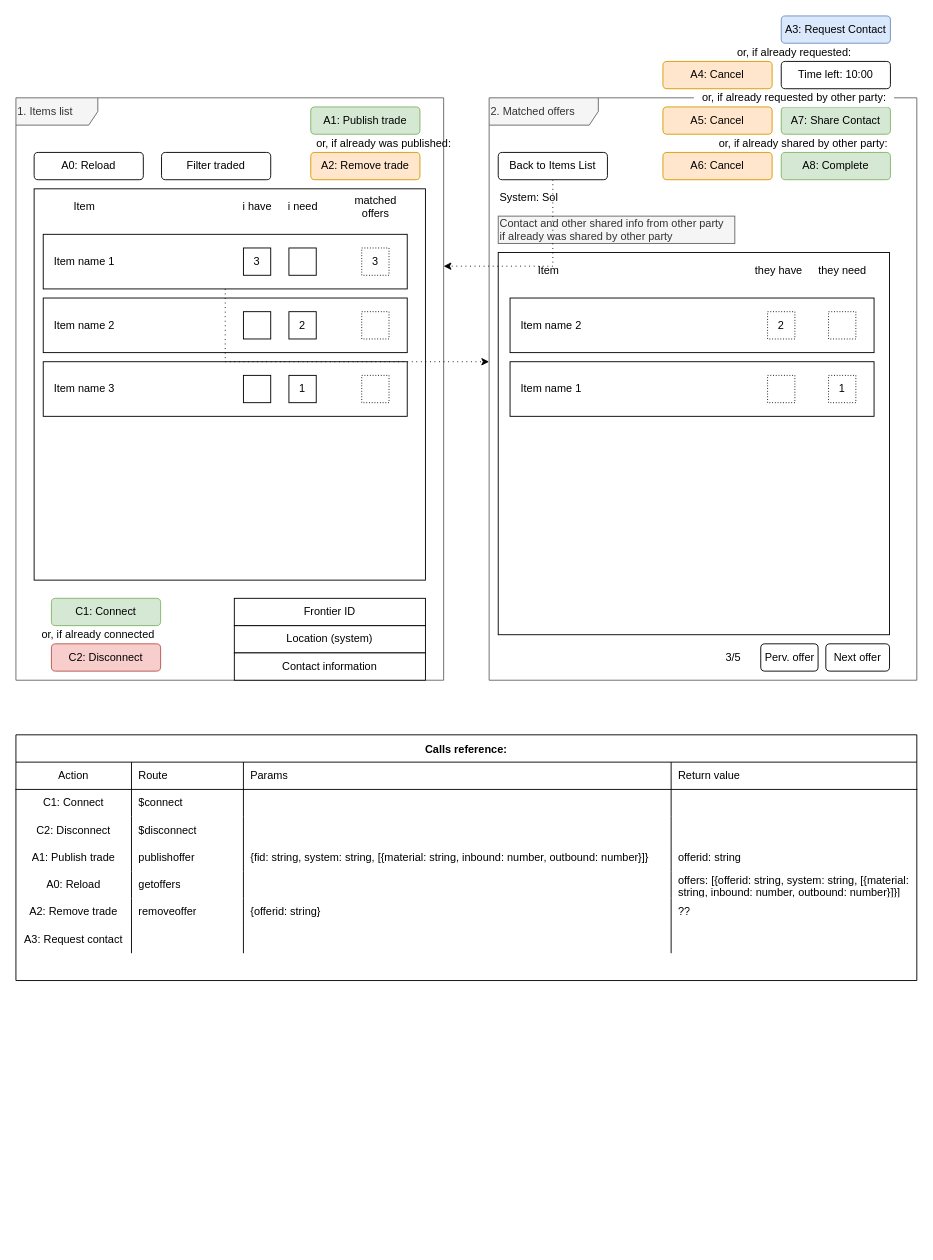
Above: page "Reference UI" (5 of 5) of specs/Overview.drawio in cptn-solo/edmarketplace (draw.io), before the change. Source tidied: cells renumbered, new cells numbered last; positions are measured from the earlier drawing's top-left corner, leaving out a move shared by most shapes. Both pictures are drawn from the tidied source at 91%, with x=0, y=0 at pixel (15, 15).
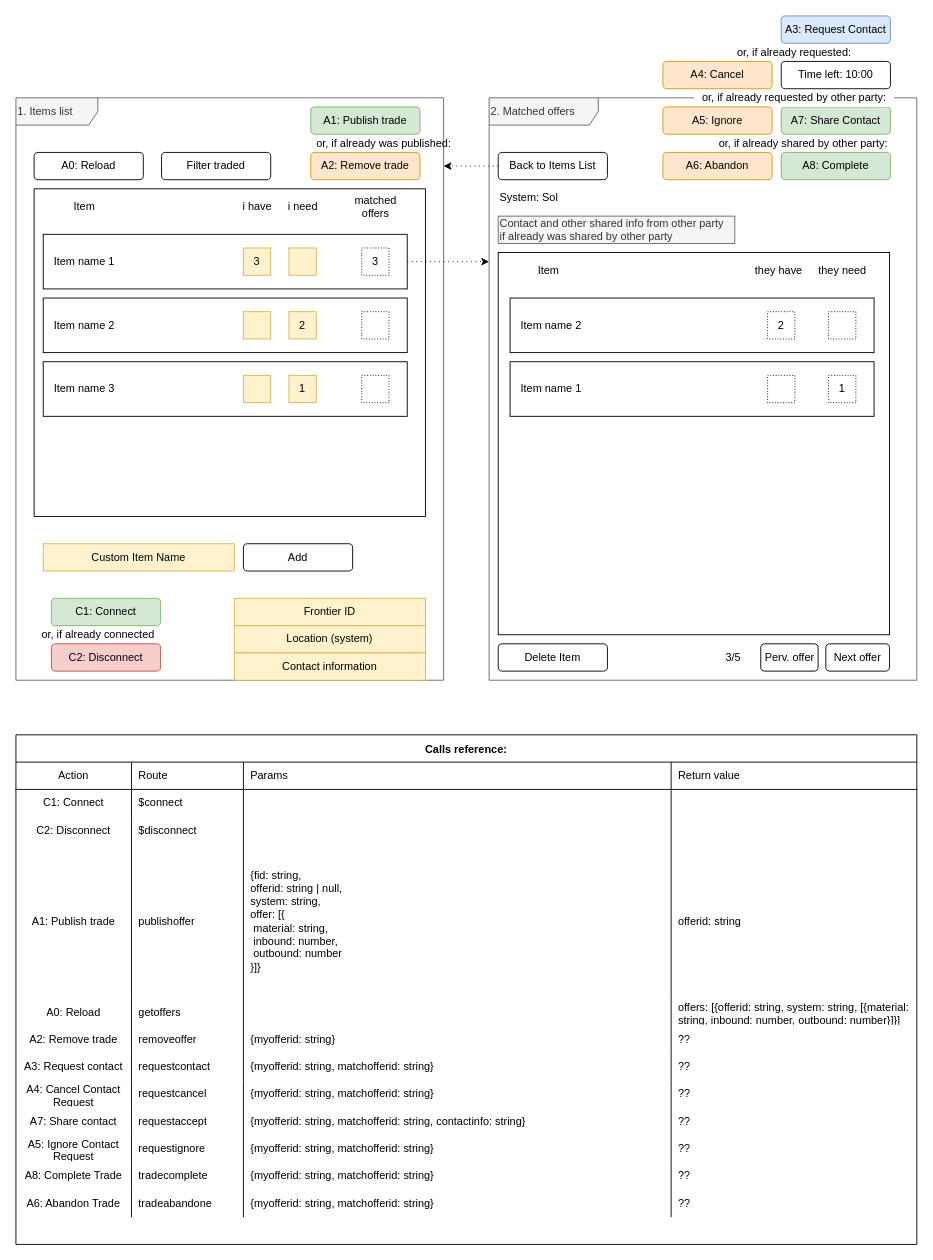
The same page after the edit.

Commit message:
Calls reference draft

The change refers to these unchanged cells:
```xml
<mxCell id="2" value="2. Matched offers" style="shape=umlFrame;whiteSpace=wrap;html=1;align=left;verticalAlign=middle;width=120;height=30;fillColor=#f5f5f5;strokeColor=#666666;fontColor=#333333;" parent="1" vertex="1">
  <mxGeometry x="520" y="90" width="470" height="640" as="geometry" />
</mxCell>
<mxCell id="3" value="1. Items list" style="shape=umlFrame;whiteSpace=wrap;html=1;align=left;verticalAlign=middle;width=90;height=30;fillColor=#f5f5f5;strokeColor=#666666;fontColor=#333333;" parent="1" vertex="1">
  <mxGeometry y="90" width="470" height="640" as="geometry" />
</mxCell>
<mxCell id="5" style="rounded=0;whiteSpace=wrap;html=1;" parent="1" vertex="1">
  <mxGeometry x="30" y="240" width="400" height="60" as="geometry" />
</mxCell>
<mxCell id="57" value="Back to Items List" style="rounded=1;whiteSpace=wrap;html=1;align=center;" parent="1" vertex="1">
  <mxGeometry x="530" y="150" width="120" height="30" as="geometry" />
</mxCell>
```

The edit, as a diff of the source:
```diff
@@
     <mxCell id="4" style="whiteSpace=wrap;html=1;align=left;" parent="1" vertex="1">
-      <mxGeometry x="20" y="190" width="430" height="430" as="geometry" />
+      <mxGeometry x="20" y="190" width="430" height="360" as="geometry" />
     </mxCell>
@@
-    <mxCell id="7" value="3" style="rounded=0;whiteSpace=wrap;html=1;" parent="1" vertex="1">
+    <mxCell id="7" value="3" style="rounded=0;whiteSpace=wrap;html=1;fillColor=#fff2cc;strokeColor=#d6b656;" parent="1" vertex="1">
       <mxGeometry x="250" y="255" width="30" height="30" as="geometry" />
     </mxCell>
-    <mxCell id="8" style="rounded=0;whiteSpace=wrap;html=1;" parent="1" vertex="1">
+    <mxCell id="8" style="rounded=0;whiteSpace=wrap;html=1;fillColor=#fff2cc;strokeColor=#d6b656;" parent="1" vertex="1">
       <mxGeometry x="300" y="255" width="30" height="30" as="geometry" />
     </mxCell>
@@
-    <mxCell id="13" style="rounded=0;whiteSpace=wrap;html=1;" parent="1" vertex="1">
+    <mxCell id="13" style="rounded=0;whiteSpace=wrap;html=1;fillColor=#fff2cc;strokeColor=#d6b656;" parent="1" vertex="1">
       <mxGeometry x="250" y="325" width="30" height="30" as="geometry" />
     </mxCell>
-    <mxCell id="14" value="2" style="rounded=0;whiteSpace=wrap;html=1;" parent="1" vertex="1">
+    <mxCell id="14" value="2" style="rounded=0;whiteSpace=wrap;html=1;fillColor=#fff2cc;strokeColor=#d6b656;" parent="1" vertex="1">
       <mxGeometry x="300" y="325" width="30" height="30" as="geometry" />
     </mxCell>
@@
-    <mxCell id="17" style="rounded=0;whiteSpace=wrap;html=1;" parent="1" vertex="1">
+    <mxCell id="17" style="rounded=0;whiteSpace=wrap;html=1;fillColor=#fff2cc;strokeColor=#d6b656;" parent="1" vertex="1">
       <mxGeometry x="250" y="395" width="30" height="30" as="geometry" />
     </mxCell>
-    <mxCell id="18" value="1" style="rounded=0;whiteSpace=wrap;html=1;" parent="1" vertex="1">
+    <mxCell id="18" value="1" style="rounded=0;whiteSpace=wrap;html=1;fillColor=#fff2cc;strokeColor=#d6b656;" parent="1" vertex="1">
       <mxGeometry x="300" y="395" width="30" height="30" as="geometry" />
     </mxCell>
@@
-    <mxCell id="46" value="A6: Cancel" style="rounded=1;whiteSpace=wrap;html=1;align=center;fillColor=#ffe6cc;strokeColor=#d79b00;" parent="1" vertex="1">
+    <mxCell id="46" value="A6: Abandon" style="rounded=1;whiteSpace=wrap;html=1;align=center;fillColor=#ffe6cc;strokeColor=#d79b00;" parent="1" vertex="1">
       <mxGeometry x="711" y="150" width="120" height="30" as="geometry" />
     </mxCell>
@@
-    <mxCell id="50" value="A5: Cancel" style="rounded=1;whiteSpace=wrap;html=1;align=center;fillColor=#ffe6cc;strokeColor=#d79b00;" parent="1" vertex="1">
+    <mxCell id="50" value="A5: Ignore" style="rounded=1;whiteSpace=wrap;html=1;align=center;fillColor=#ffe6cc;strokeColor=#d79b00;" parent="1" vertex="1">
       <mxGeometry x="711" y="100" width="120" height="30" as="geometry" />
     </mxCell>
@@
     <mxCell id="56" style="edgeStyle=orthogonalEdgeStyle;rounded=0;jettySize=auto;html=1;startArrow=none;startFill=0;verticalAlign=bottom;dashed=1;dashPattern=1 4;" parent="1" edge="1" source="57" target="3">
       <mxGeometry relative="1" as="geometry">
         <Array as="points">
-          <mxPoint x="490" y="275" />
-          <mxPoint x="490" y="275" />
+          <mxPoint x="500" y="165" />
+          <mxPoint x="500" y="165" />
         </Array>
       </mxGeometry>
     </mxCell>
@@
     <mxCell id="59" style="edgeStyle=orthogonalEdgeStyle;rounded=0;jettySize=auto;html=1;jumpStyle=arc;dashed=1;dashPattern=1 4;" parent="1" edge="1" source="5" target="2">
       <mxGeometry relative="1" as="geometry">
         <Array as="points">
-          <mxPoint x="500" y="380" />
-          <mxPoint x="500" y="380" />
+          <mxPoint x="480" y="270" />
+          <mxPoint x="480" y="270" />
         </Array>
       </mxGeometry>
     </mxCell>
@@
-    <mxCell id="62" value="Location (system)" style="rounded=0;whiteSpace=wrap;html=1;" parent="1" vertex="1">
+    <mxCell id="62" value="Location (system)" style="rounded=0;whiteSpace=wrap;html=1;fillColor=#fff2cc;strokeColor=#d6b656;" parent="1" vertex="1">
       <mxGeometry x="240" y="670" width="210" height="30" as="geometry" />
     </mxCell>
-    <mxCell id="63" value="Contact information" style="rounded=0;whiteSpace=wrap;html=1;" parent="1" vertex="1">
+    <mxCell id="63" value="Contact information" style="rounded=0;whiteSpace=wrap;html=1;fillColor=#fff2cc;strokeColor=#d6b656;" parent="1" vertex="1">
       <mxGeometry x="240" y="700" width="210" height="30" as="geometry" />
     </mxCell>
     <mxCell id="64" value="Calls reference:" style="shape=table;startSize=30;childLayout=tableLayout;rowLines=0;fontStyle=1;align=center;fillColor=#ffffff;" parent="1" vertex="1">
-      <mxGeometry y="790" width="990" height="270" as="geometry" />
+      <mxGeometry y="790" width="990" height="560" as="geometry" />
     </mxCell>
@@
     <mxCell id="80" style="shape=partialRectangle;html=1;whiteSpace=wrap;fillColor=none;top=0;left=0;bottom=0;right=0;" parent="64" vertex="1">
-      <mxGeometry y="120" width="990" height="30" as="geometry" />
+      <mxGeometry y="120" width="990" height="170" as="geometry" />
     </mxCell>
     <mxCell id="81" value="A1: Publish trade" style="shape=partialRectangle;html=1;whiteSpace=wrap;fillColor=none;top=0;left=0;bottom=0;right=0;overflow=hidden;" parent="80" vertex="1">
-      <mxGeometry width="127" height="30" as="geometry" />
+      <mxGeometry width="127" height="170" as="geometry" />
     </mxCell>
     <mxCell id="82" value="publishoffer" style="shape=partialRectangle;html=1;whiteSpace=wrap;fillColor=none;top=0;left=0;bottom=0;right=0;align=left;spacingLeft=6;overflow=hidden;" parent="80" vertex="1">
-      <mxGeometry x="127" width="123" height="30" as="geometry" />
+      <mxGeometry x="127" width="123" height="170" as="geometry" />
     </mxCell>
-    <mxCell id="83" value="&lt;span&gt;{fid: string, system: string, [{material: string, inbound: number, outbound: number}]}&lt;/span&gt;" style="shape=partialRectangle;html=1;whiteSpace=wrap;fillColor=none;top=0;left=0;bottom=0;right=0;align=left;spacingLeft=6;overflow=hidden;" parent="80" vertex="1">
-      <mxGeometry x="250" width="470" height="30" as="geometry" />
+    <mxCell id="83" value="&lt;span&gt;{fid: string,&lt;br&gt;offerid: string | null,&lt;br&gt;system: string,&lt;br&gt;offer: [{&lt;br&gt;&lt;span style=&quot;white-space: pre&quot;&gt; &lt;/span&gt;material: string,&lt;br&gt;&lt;span style=&quot;white-space: pre&quot;&gt; &lt;/span&gt;inbound: number,&lt;br&gt;&lt;span style=&quot;white-space: pre&quot;&gt; &lt;/span&gt;outbound: number&lt;br&gt;}]}&lt;/span&gt;" style="shape=partialRectangle;html=1;whiteSpace=wrap;fillColor=none;top=0;left=0;bottom=0;right=0;align=left;spacingLeft=6;overflow=hidden;" parent="80" vertex="1">
+      <mxGeometry x="250" width="470" height="170" as="geometry" />
     </mxCell>
     <mxCell id="84" value="&lt;span&gt;offerid: string&lt;/span&gt;" style="shape=partialRectangle;html=1;whiteSpace=wrap;fillColor=none;top=0;left=0;bottom=0;right=0;align=left;spacingLeft=6;overflow=hidden;" parent="80" vertex="1">
-      <mxGeometry x="720" width="270" height="30" as="geometry" />
+      <mxGeometry x="720" width="270" height="170" as="geometry" />
     </mxCell>
     <mxCell id="85" style="shape=partialRectangle;html=1;whiteSpace=wrap;fillColor=none;top=0;left=0;bottom=0;right=0;" parent="64" vertex="1">
-      <mxGeometry y="150" width="990" height="30" as="geometry" />
+      <mxGeometry y="290" width="990" height="30" as="geometry" />
     </mxCell>
@@
     <mxCell id="90" style="shape=partialRectangle;html=1;whiteSpace=wrap;fillColor=none;top=0;left=0;bottom=0;right=0;" parent="64" vertex="1">
-      <mxGeometry y="180" width="990" height="30" as="geometry" />
+      <mxGeometry y="320" width="990" height="30" as="geometry" />
     </mxCell>
@@
-    <mxCell id="93" value="{offerid: string}" style="shape=partialRectangle;html=1;whiteSpace=wrap;fillColor=none;top=0;left=0;bottom=0;right=0;align=left;spacingLeft=6;overflow=hidden;" parent="90" vertex="1">
+    <mxCell id="93" value="{myofferid: string}" style="shape=partialRectangle;html=1;whiteSpace=wrap;fillColor=none;top=0;left=0;bottom=0;right=0;align=left;spacingLeft=6;overflow=hidden;" parent="90" vertex="1">
       <mxGeometry x="250" width="470" height="30" as="geometry" />
     </mxCell>
@@
     <mxCell id="95" style="shape=partialRectangle;html=1;whiteSpace=wrap;fillColor=none;top=0;left=0;bottom=0;right=0;" parent="64" vertex="1">
-      <mxGeometry y="210" width="990" height="30" as="geometry" />
+      <mxGeometry y="350" width="990" height="30" as="geometry" />
     </mxCell>
@@
-    <mxCell id="97" style="shape=partialRectangle;html=1;whiteSpace=wrap;fillColor=none;top=0;left=0;bottom=0;right=0;align=left;spacingLeft=6;overflow=hidden;" parent="95" vertex="1">
+    <mxCell id="97" value="requestcontact" style="shape=partialRectangle;html=1;whiteSpace=wrap;fillColor=none;top=0;left=0;bottom=0;right=0;align=left;spacingLeft=6;overflow=hidden;" parent="95" vertex="1">
       <mxGeometry x="127" width="123" height="30" as="geometry" />
     </mxCell>
-    <mxCell id="98" style="shape=partialRectangle;html=1;whiteSpace=wrap;fillColor=none;top=0;left=0;bottom=0;right=0;align=left;spacingLeft=6;overflow=hidden;" parent="95" vertex="1">
+    <mxCell id="98" value="&lt;span&gt;{myofferid: string,&lt;/span&gt;&amp;nbsp;matchofferid: string}&lt;span&gt;&lt;br&gt;&lt;/span&gt;" style="shape=partialRectangle;html=1;whiteSpace=wrap;fillColor=none;top=0;left=0;bottom=0;right=0;align=left;spacingLeft=6;overflow=hidden;" parent="95" vertex="1">
       <mxGeometry x="250" width="470" height="30" as="geometry" />
     </mxCell>
-    <mxCell id="99" style="shape=partialRectangle;html=1;whiteSpace=wrap;fillColor=none;top=0;left=0;bottom=0;right=0;align=left;spacingLeft=6;overflow=hidden;" parent="95" vertex="1">
+    <mxCell id="99" value="??" style="shape=partialRectangle;html=1;whiteSpace=wrap;fillColor=none;top=0;left=0;bottom=0;right=0;align=left;spacingLeft=6;overflow=hidden;" parent="95" vertex="1">
       <mxGeometry x="720" width="270" height="30" as="geometry" />
     </mxCell>
+    <mxCell id="101" style="shape=partialRectangle;html=1;whiteSpace=wrap;fillColor=none;top=0;left=0;bottom=0;right=0;" parent="64" vertex="1">
+      <mxGeometry y="380" width="990" height="30" as="geometry" />
+    </mxCell>
+    <mxCell id="102" value="A4: Cancel Contact Request" style="shape=partialRectangle;html=1;whiteSpace=wrap;fillColor=none;top=0;left=0;bottom=0;right=0;overflow=hidden;" parent="101" vertex="1">
+      <mxGeometry width="127" height="30" as="geometry" />
+    </mxCell>
+    <mxCell id="103" value="requestcancel" style="shape=partialRectangle;html=1;whiteSpace=wrap;fillColor=none;top=0;left=0;bottom=0;right=0;align=left;spacingLeft=6;overflow=hidden;" parent="101" vertex="1">
+      <mxGeometry x="127" width="123" height="30" as="geometry" />
+    </mxCell>
+    <mxCell id="104" value="&lt;span&gt;{myofferid: string,&lt;/span&gt;&amp;nbsp;matchofferid: string}&lt;span&gt;&lt;br&gt;&lt;/span&gt;" style="shape=partialRectangle;html=1;whiteSpace=wrap;fillColor=none;top=0;left=0;bottom=0;right=0;align=left;spacingLeft=6;overflow=hidden;" parent="101" vertex="1">
+      <mxGeometry x="250" width="470" height="30" as="geometry" />
+    </mxCell>
+    <mxCell id="105" value="??" style="shape=partialRectangle;html=1;whiteSpace=wrap;fillColor=none;top=0;left=0;bottom=0;right=0;align=left;spacingLeft=6;overflow=hidden;" parent="101" vertex="1">
+      <mxGeometry x="720" width="270" height="30" as="geometry" />
+    </mxCell>
+    <mxCell id="106" style="shape=partialRectangle;html=1;whiteSpace=wrap;fillColor=none;top=0;left=0;bottom=0;right=0;" parent="64" vertex="1">
+      <mxGeometry y="410" width="990" height="30" as="geometry" />
+    </mxCell>
+    <mxCell id="107" value="A7: Share contact" style="shape=partialRectangle;html=1;whiteSpace=wrap;fillColor=none;top=0;left=0;bottom=0;right=0;overflow=hidden;" parent="106" vertex="1">
+      <mxGeometry width="127" height="30" as="geometry" />
+    </mxCell>
+    <mxCell id="108" value="requestaccept" style="shape=partialRectangle;html=1;whiteSpace=wrap;fillColor=none;top=0;left=0;bottom=0;right=0;align=left;spacingLeft=6;overflow=hidden;" parent="106" vertex="1">
+      <mxGeometry x="127" width="123" height="30" as="geometry" />
+    </mxCell>
+    <mxCell id="109" value="&lt;span&gt;{myofferid: string, matchofferid: string, contactinfo: string}&lt;/span&gt;" style="shape=partialRectangle;html=1;whiteSpace=wrap;fillColor=none;top=0;left=0;bottom=0;right=0;align=left;spacingLeft=6;overflow=hidden;" parent="106" vertex="1">
+      <mxGeometry x="250" width="470" height="30" as="geometry" />
+    </mxCell>
+    <mxCell id="110" value="??" style="shape=partialRectangle;html=1;whiteSpace=wrap;fillColor=none;top=0;left=0;bottom=0;right=0;align=left;spacingLeft=6;overflow=hidden;" parent="106" vertex="1">
+      <mxGeometry x="720" width="270" height="30" as="geometry" />
+    </mxCell>
+    <mxCell id="111" style="shape=partialRectangle;html=1;whiteSpace=wrap;fillColor=none;top=0;left=0;bottom=0;right=0;" parent="64" vertex="1">
+      <mxGeometry y="440" width="990" height="30" as="geometry" />
+    </mxCell>
+    <mxCell id="112" value="A5: Ignore Contact Request" style="shape=partialRectangle;html=1;whiteSpace=wrap;fillColor=none;top=0;left=0;bottom=0;right=0;overflow=hidden;" parent="111" vertex="1">
+      <mxGeometry width="127" height="30" as="geometry" />
+    </mxCell>
+    <mxCell id="113" value="requestignore" style="shape=partialRectangle;html=1;whiteSpace=wrap;fillColor=none;top=0;left=0;bottom=0;right=0;align=left;spacingLeft=6;overflow=hidden;" parent="111" vertex="1">
+      <mxGeometry x="127" width="123" height="30" as="geometry" />
+    </mxCell>
+    <mxCell id="114" value="&lt;span&gt;{myofferid: string,&lt;/span&gt;&lt;span&gt;&amp;nbsp;matchofferid: string}&lt;/span&gt;" style="shape=partialRectangle;html=1;whiteSpace=wrap;fillColor=none;top=0;left=0;bottom=0;right=0;align=left;spacingLeft=6;overflow=hidden;" parent="111" vertex="1">
+      <mxGeometry x="250" width="470" height="30" as="geometry" />
+    </mxCell>
+    <mxCell id="115" value="&lt;span&gt;??&lt;/span&gt;" style="shape=partialRectangle;html=1;whiteSpace=wrap;fillColor=none;top=0;left=0;bottom=0;right=0;align=left;spacingLeft=6;overflow=hidden;" parent="111" vertex="1">
+      <mxGeometry x="720" width="270" height="30" as="geometry" />
+    </mxCell>
+    <mxCell id="116" style="shape=partialRectangle;html=1;whiteSpace=wrap;fillColor=none;top=0;left=0;bottom=0;right=0;" parent="64" vertex="1">
+      <mxGeometry y="470" width="990" height="30" as="geometry" />
+    </mxCell>
+    <mxCell id="117" value="A8: Complete Trade" style="shape=partialRectangle;html=1;whiteSpace=wrap;fillColor=none;top=0;left=0;bottom=0;right=0;overflow=hidden;" parent="116" vertex="1">
+      <mxGeometry width="127" height="30" as="geometry" />
+    </mxCell>
+    <mxCell id="118" value="tradecomplete" style="shape=partialRectangle;html=1;whiteSpace=wrap;fillColor=none;top=0;left=0;bottom=0;right=0;align=left;spacingLeft=6;overflow=hidden;" parent="116" vertex="1">
+      <mxGeometry x="127" width="123" height="30" as="geometry" />
+    </mxCell>
+    <mxCell id="119" value="&lt;span&gt;{myofferid: string,&lt;/span&gt;&lt;span&gt;&amp;nbsp;matchofferid: string}&lt;/span&gt;" style="shape=partialRectangle;html=1;whiteSpace=wrap;fillColor=none;top=0;left=0;bottom=0;right=0;align=left;spacingLeft=6;overflow=hidden;" parent="116" vertex="1">
+      <mxGeometry x="250" width="470" height="30" as="geometry" />
+    </mxCell>
+    <mxCell id="120" value="&lt;span&gt;??&lt;/span&gt;" style="shape=partialRectangle;html=1;whiteSpace=wrap;fillColor=none;top=0;left=0;bottom=0;right=0;align=left;spacingLeft=6;overflow=hidden;" parent="116" vertex="1">
+      <mxGeometry x="720" width="270" height="30" as="geometry" />
+    </mxCell>
+    <mxCell id="121" style="shape=partialRectangle;html=1;whiteSpace=wrap;fillColor=none;top=0;left=0;bottom=0;right=0;" parent="64" vertex="1">
+      <mxGeometry y="500" width="990" height="30" as="geometry" />
+    </mxCell>
+    <mxCell id="122" value="A6: Abandon Trade" style="shape=partialRectangle;html=1;whiteSpace=wrap;fillColor=none;top=0;left=0;bottom=0;right=0;overflow=hidden;" parent="121" vertex="1">
+      <mxGeometry width="127" height="30" as="geometry" />
+    </mxCell>
+    <mxCell id="123" value="tradeabandone" style="shape=partialRectangle;html=1;whiteSpace=wrap;fillColor=none;top=0;left=0;bottom=0;right=0;align=left;spacingLeft=6;overflow=hidden;" parent="121" vertex="1">
+      <mxGeometry x="127" width="123" height="30" as="geometry" />
+    </mxCell>
+    <mxCell id="124" value="&lt;span&gt;{myofferid: string,&lt;/span&gt;&lt;span&gt;&amp;nbsp;matchofferid: string}&lt;/span&gt;" style="shape=partialRectangle;html=1;whiteSpace=wrap;fillColor=none;top=0;left=0;bottom=0;right=0;align=left;spacingLeft=6;overflow=hidden;" parent="121" vertex="1">
+      <mxGeometry x="250" width="470" height="30" as="geometry" />
+    </mxCell>
+    <mxCell id="125" value="&lt;span&gt;??&lt;/span&gt;" style="shape=partialRectangle;html=1;whiteSpace=wrap;fillColor=none;top=0;left=0;bottom=0;right=0;align=left;spacingLeft=6;overflow=hidden;" parent="121" vertex="1">
+      <mxGeometry x="720" width="270" height="30" as="geometry" />
+    </mxCell>
-    <mxCell id="100" value="Frontier ID" style="rounded=0;whiteSpace=wrap;html=1;" parent="1" vertex="1">
+    <mxCell id="100" value="Frontier ID" style="rounded=0;whiteSpace=wrap;html=1;fillColor=#fff2cc;strokeColor=#d6b656;" parent="1" vertex="1">
       <mxGeometry x="240" y="640" width="210" height="30" as="geometry" />
     </mxCell>
+    <mxCell id="126" value="Custom Item Name" style="rounded=0;whiteSpace=wrap;html=1;fillColor=#fff2cc;strokeColor=#d6b656;" parent="1" vertex="1">
+      <mxGeometry x="30" y="580" width="210" height="30" as="geometry" />
+    </mxCell>
+    <mxCell id="127" value="Add" style="rounded=1;whiteSpace=wrap;html=1;align=center;" parent="1" vertex="1">
+      <mxGeometry x="250" y="580" width="120" height="30" as="geometry" />
+    </mxCell>
+    <mxCell id="128" value="Delete Item" style="rounded=1;whiteSpace=wrap;html=1;align=center;" parent="1" vertex="1">
+      <mxGeometry x="530" y="690" width="120" height="30" as="geometry" />
+    </mxCell>
```
